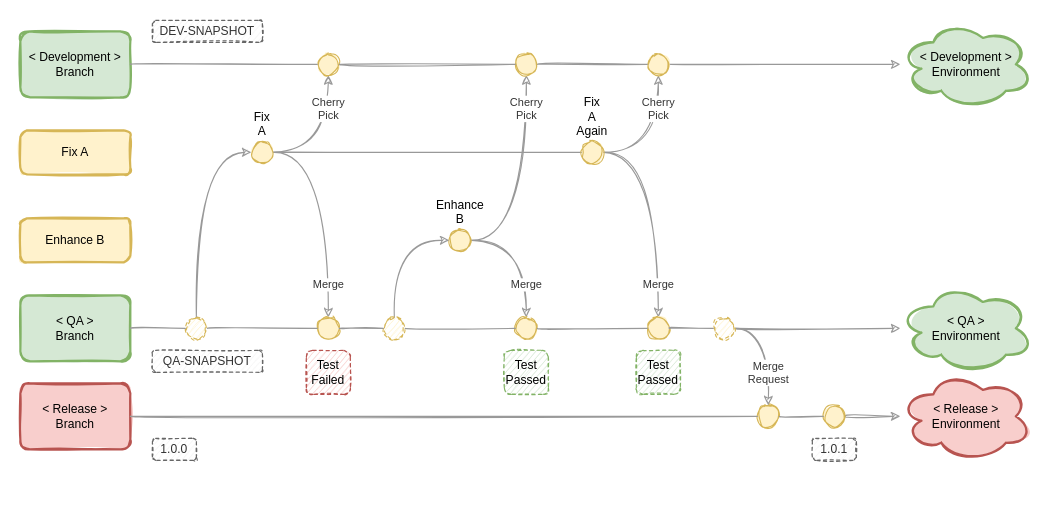
The draw.io diagram page "03-release-example" (3 of 5) of gitlab-flow.drawio in andylke/docs-gitlab-flow, before the edit. Source tidied: cells renumbered, new cells numbered last; positions are measured from the earlier drawing's top-left corner, leaving out a move shared by most shapes. Both pictures are drawn from the tidied source at 110%, with x=0, y=0 at pixel (20, 20).
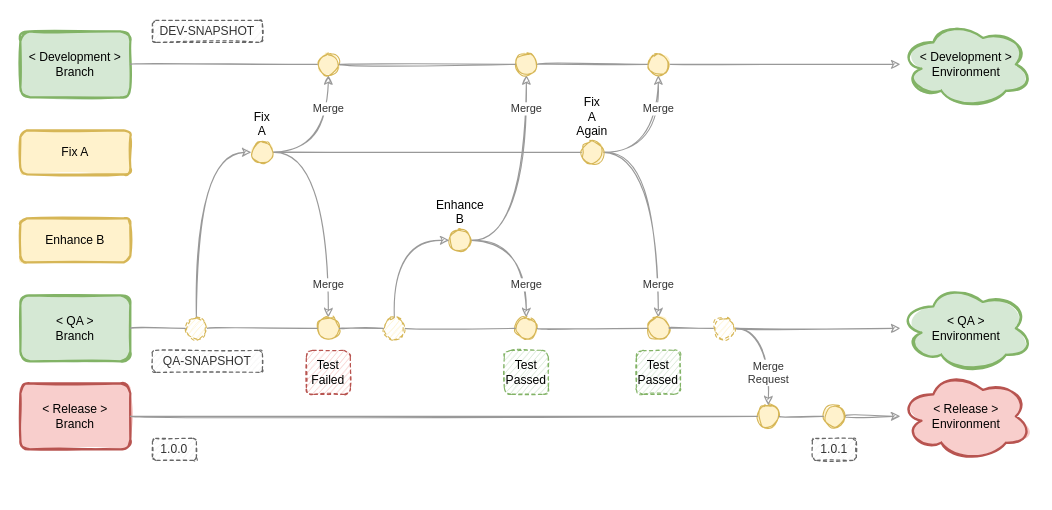
The same page after the edit.

The change refers to these unchanged cells:
```xml
<mxCell id="16" value="Fix A" style="ellipse;whiteSpace=wrap;html=1;labelPosition=center;verticalLabelPosition=top;align=center;verticalAlign=bottom;sketch=1;fillColor=#fff2cc;strokeColor=#d6b656;fillStyle=solid;fontSize=11;" parent="1" vertex="1">
  <mxGeometry x="210" y="110" width="20" height="20" as="geometry" />
</mxCell>
<mxCell id="25" value="Enhance B" style="ellipse;whiteSpace=wrap;html=1;sketch=1;fillColor=#fff2cc;strokeColor=#d6b656;fillStyle=solid;labelPosition=center;verticalLabelPosition=top;align=center;verticalAlign=bottom;fontSize=11;" parent="1" vertex="1">
  <mxGeometry x="390" y="190" width="20" height="20" as="geometry" />
</mxCell>
<mxCell id="37" value="Fix &lt;br style=&quot;font-size: 11px;&quot;&gt;A Again" style="ellipse;whiteSpace=wrap;html=1;labelPosition=center;verticalLabelPosition=top;align=center;verticalAlign=bottom;sketch=1;fillColor=#fff2cc;strokeColor=#d6b656;fillStyle=solid;fontSize=11;" parent="1" vertex="1">
  <mxGeometry x="510" y="110" width="20" height="20" as="geometry" />
</mxCell>
<mxCell id="42" style="ellipse;whiteSpace=wrap;html=1;sketch=1;fillColor=#fff2cc;strokeColor=#d6b656;fillStyle=solid;fontSize=11;" parent="1" vertex="1">
  <mxGeometry x="270" y="30" width="20" height="20" as="geometry" />
</mxCell>
<mxCell id="44" style="ellipse;whiteSpace=wrap;html=1;labelPosition=center;verticalLabelPosition=top;align=center;verticalAlign=bottom;sketch=1;fillColor=#fff2cc;strokeColor=#d6b656;fillStyle=solid;fontSize=11;" parent="1" vertex="1">
  <mxGeometry x="570" y="30" width="20" height="20" as="geometry" />
</mxCell>
<mxCell id="46" style="ellipse;whiteSpace=wrap;html=1;labelPosition=center;verticalLabelPosition=top;align=center;verticalAlign=bottom;sketch=1;fillColor=#fff2cc;strokeColor=#d6b656;fillStyle=solid;fontSize=11;" parent="1" vertex="1">
  <mxGeometry x="450" y="30" width="20" height="20" as="geometry" />
</mxCell>
```

What changed in the source:
```diff
@@
-    <mxCell id="15" value="Cherry &lt;br style=&quot;font-size: 10px;&quot;&gt;Pick" style="edgeStyle=orthogonalEdgeStyle;curved=1;sketch=1;jettySize=auto;html=1;exitX=1;exitY=0.5;exitDx=0;exitDy=0;entryX=0.5;entryY=1;entryDx=0;entryDy=0;endArrow=classic;endFill=1;strokeColor=#999999;fontSize=10;fontColor=#333333;" parent="1" edge="1" source="16" target="42">
+    <mxCell id="15" value="Merge" style="edgeStyle=orthogonalEdgeStyle;curved=1;sketch=1;jettySize=auto;html=1;exitX=1;exitY=0.5;exitDx=0;exitDy=0;entryX=0.5;entryY=1;entryDx=0;entryDy=0;endArrow=classic;endFill=1;strokeColor=#999999;fontSize=10;fontColor=#333333;" parent="1" edge="1" source="16" target="42">
       <mxGeometry x="0.5" relative="1" as="geometry" />
     </mxCell>
@@
-    <mxCell id="24" value="Cherry&lt;br style=&quot;font-size: 10px;&quot;&gt;Pick" style="edgeStyle=orthogonalEdgeStyle;curved=1;sketch=1;jettySize=auto;html=1;exitX=1;exitY=0.5;exitDx=0;exitDy=0;entryX=0.5;entryY=1;entryDx=0;entryDy=0;endArrow=classic;endFill=1;strokeColor=#999999;fontSize=10;fontColor=#333333;" parent="1" edge="1" source="25" target="46">
+    <mxCell id="24" value="Merge" style="edgeStyle=orthogonalEdgeStyle;curved=1;sketch=1;jettySize=auto;html=1;exitX=1;exitY=0.5;exitDx=0;exitDy=0;entryX=0.5;entryY=1;entryDx=0;entryDy=0;endArrow=classic;endFill=1;strokeColor=#999999;fontSize=10;fontColor=#333333;" parent="1" edge="1" source="25" target="46">
       <mxGeometry x="0.7" relative="1" as="geometry" />
     </mxCell>
@@
-    <mxCell id="36" value="Cherry&lt;br&gt;Pick" style="edgeStyle=orthogonalEdgeStyle;curved=1;sketch=1;jettySize=auto;html=1;exitX=1;exitY=0.5;exitDx=0;exitDy=0;entryX=0.5;entryY=1;entryDx=0;entryDy=0;endArrow=classic;endFill=1;strokeColor=#999999;fontSize=10;fontColor=#333333;" parent="1" edge="1" source="37" target="44">
+    <mxCell id="36" value="Merge" style="edgeStyle=orthogonalEdgeStyle;curved=1;sketch=1;jettySize=auto;html=1;exitX=1;exitY=0.5;exitDx=0;exitDy=0;entryX=0.5;entryY=1;entryDx=0;entryDy=0;endArrow=classic;endFill=1;strokeColor=#999999;fontSize=10;fontColor=#333333;" parent="1" edge="1" source="37" target="44">
       <mxGeometry x="0.5" relative="1" as="geometry" />
     </mxCell>
```
